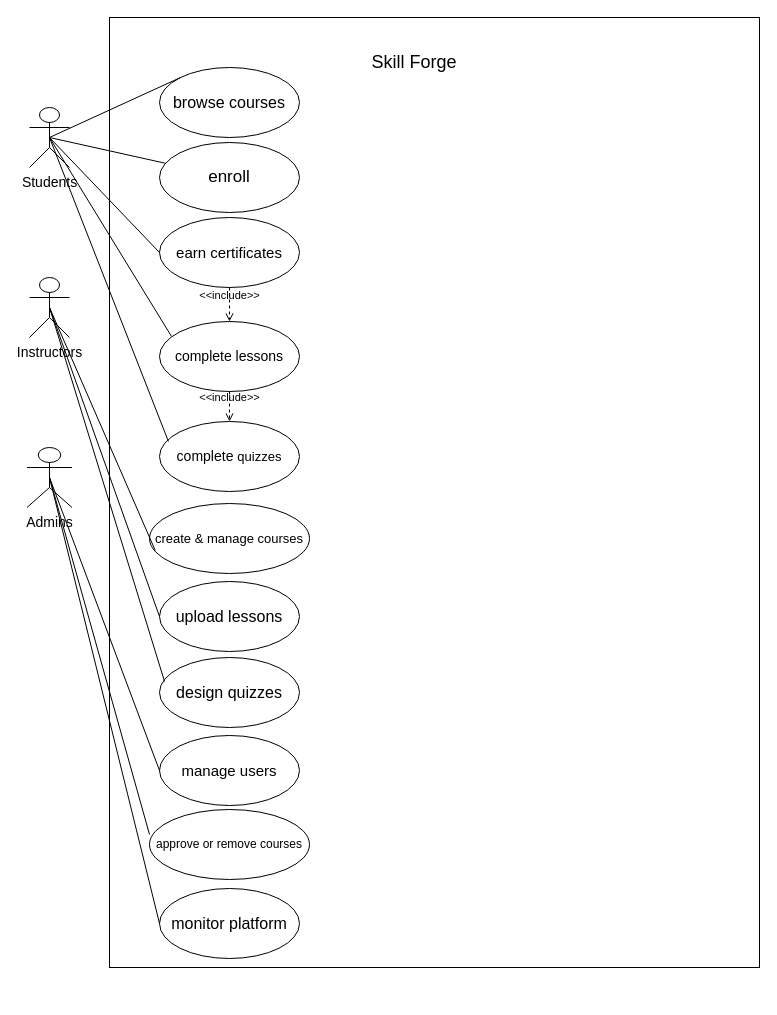
Above: docs/uml/Use Case Diagram.drawio in mohandLOL1/skillforge (draw.io), before the change. Source tidied: cells renumbered, new cells numbered last; positions are measured from the earlier drawing's top-left corner, leaving out a move shared by most shapes. Both pictures are drawn from the tidied source at 100%, with x=0, y=0 at pixel (27, 17).
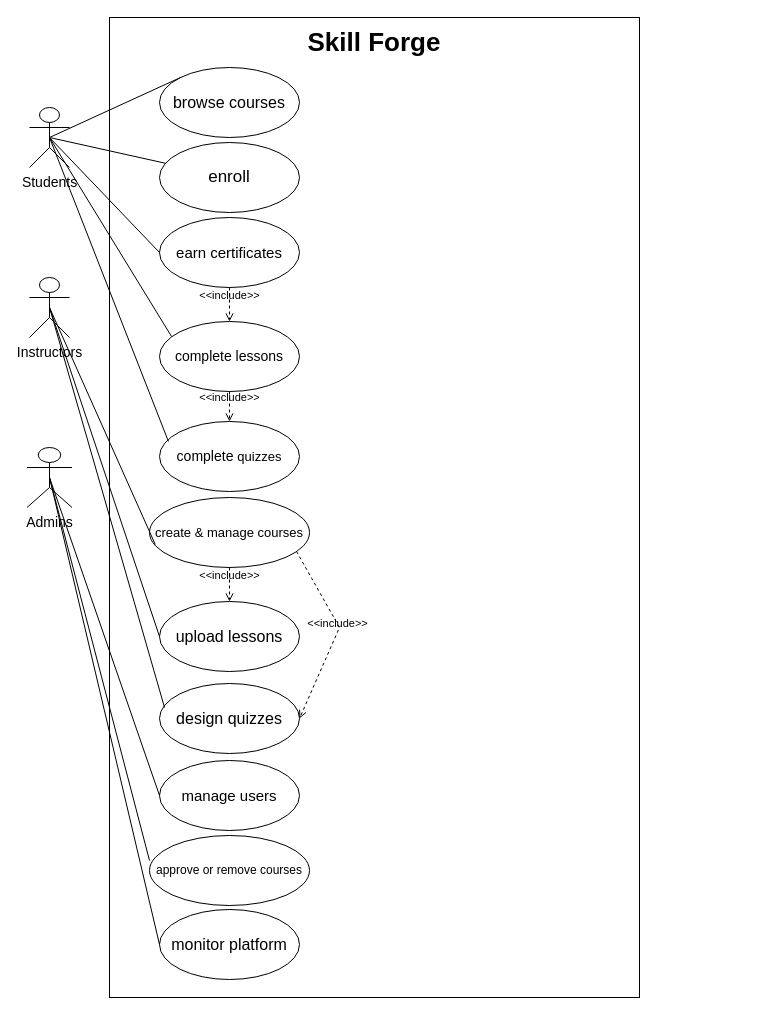
The same diagram, later.

Commit message:
added use case Diagram

What changed in the source:
```diff
@@
     <mxCell id="4" style="whiteSpace=wrap;html=1;labelBackgroundColor=default;fontStyle=1;" parent="1" vertex="1">
-      <mxGeometry x="82" width="650" height="950" as="geometry" />
+      <mxGeometry x="82" width="530" height="980" as="geometry" />
     </mxCell>
@@
     <mxCell id="7" value="&lt;font style=&quot;font-size: 13px;&quot;&gt;create &amp;amp; manage courses&lt;/font&gt;" style="ellipse;whiteSpace=wrap;html=1;labelBackgroundColor=default;" parent="1" vertex="1">
-      <mxGeometry x="122" y="486" width="160" height="70" as="geometry" />
+      <mxGeometry x="122" y="480" width="160" height="70" as="geometry" />
     </mxCell>
     <mxCell id="8" value="&lt;font style=&quot;font-size: 16px;&quot;&gt;upload lessons&lt;/font&gt;" style="ellipse;whiteSpace=wrap;html=1;labelBackgroundColor=default;" parent="1" vertex="1">
-      <mxGeometry x="132" y="564" width="140" height="70" as="geometry" />
+      <mxGeometry x="132" y="584" width="140" height="70" as="geometry" />
     </mxCell>
     <mxCell id="9" value="&lt;font style=&quot;font-size: 16px;&quot;&gt;design&amp;nbsp;quizzes&lt;/font&gt;" style="ellipse;whiteSpace=wrap;html=1;labelBackgroundColor=default;" parent="1" vertex="1">
-      <mxGeometry x="132" y="640" width="140" height="70" as="geometry" />
+      <mxGeometry x="132" y="666" width="140" height="70" as="geometry" />
     </mxCell>
-    <mxCell id="10" value="&lt;font style=&quot;font-size: 18px;&quot;&gt;Skill Forge&lt;/font&gt;" style="text;html=1;whiteSpace=wrap;strokeColor=none;fillColor=none;align=center;verticalAlign=middle;rounded=0;labelBackgroundColor=default;" parent="1" vertex="1">
-      <mxGeometry x="272" y="30" width="230" height="30" as="geometry" />
+    <mxCell id="10" value="&lt;font style=&quot;font-size: 26px;&quot;&gt;&lt;b style=&quot;&quot;&gt;Skill Forge&lt;/b&gt;&lt;/font&gt;" style="text;html=1;whiteSpace=wrap;strokeColor=none;fillColor=none;align=center;verticalAlign=middle;rounded=0;labelBackgroundColor=default;" parent="1" vertex="1">
+      <mxGeometry x="232" y="10" width="230" height="30" as="geometry" />
     </mxCell>
@@
     <mxCell id="12" value="&lt;font style=&quot;font-size: 15px;&quot;&gt;manage users&lt;/font&gt;" style="ellipse;whiteSpace=wrap;html=1;labelBackgroundColor=default;" parent="1" vertex="1">
-      <mxGeometry x="132" y="718" width="140" height="70" as="geometry" />
+      <mxGeometry x="132" y="743" width="140" height="70" as="geometry" />
     </mxCell>
     <mxCell id="13" value="&lt;font&gt;approve or remove courses&lt;/font&gt;" style="ellipse;whiteSpace=wrap;html=1;labelBackgroundColor=default;" parent="1" vertex="1">
-      <mxGeometry x="122" y="792" width="160" height="70" as="geometry" />
+      <mxGeometry x="122" y="818" width="160" height="70" as="geometry" />
     </mxCell>
     <mxCell id="14" value="&lt;font style=&quot;font-size: 16px;&quot;&gt;monitor&amp;nbsp;platform&lt;/font&gt;" style="ellipse;whiteSpace=wrap;html=1;labelBackgroundColor=default;" parent="1" vertex="1">
-      <mxGeometry x="132" y="871" width="140" height="70" as="geometry" />
+      <mxGeometry x="132" y="892" width="140" height="70" as="geometry" />
     </mxCell>
@@
+    <mxCell id="31" value="&amp;lt;&amp;lt;include&amp;gt;&amp;gt;" style="html=1;verticalAlign=bottom;labelBackgroundColor=none;endArrow=open;endFill=0;dashed=1;rounded=0;exitX=0.5;exitY=1;exitDx=0;exitDy=0;entryX=0.5;entryY=0;entryDx=0;entryDy=0;" parent="1" edge="1" source="7" target="8">
+      <mxGeometry relative="1" as="geometry" />
+    </mxCell>
+    <mxCell id="32" value="&amp;lt;&amp;lt;include&amp;gt;&amp;gt;" style="html=1;verticalAlign=bottom;labelBackgroundColor=none;endArrow=open;endFill=0;dashed=1;rounded=0;exitX=0.919;exitY=0.771;exitDx=0;exitDy=0;exitPerimeter=0;entryX=1;entryY=0.5;entryDx=0;entryDy=0;" parent="1" edge="1" source="7" target="9">
+      <mxGeometry relative="1" as="geometry">
+        <Array as="points">
+          <mxPoint x="312" y="610" />
+        </Array>
+      </mxGeometry>
+    </mxCell>
```
